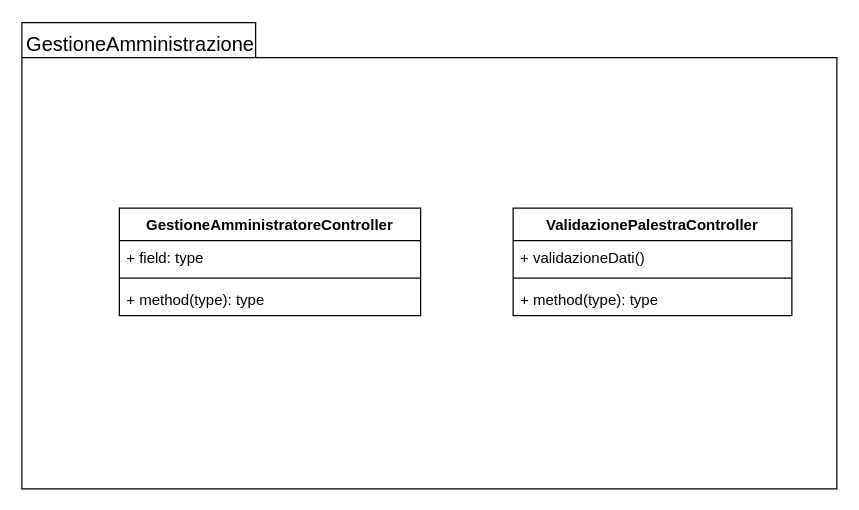
Above: Diagrammi_Package/GestioneAmministratore.drawio in JosephBoom02/Progetto_Ingegneria_del_Software (draw.io), before the change. Source tidied: cells renumbered, new cells numbered last; positions are measured from the earlier drawing's top-left corner, leaving out a move shared by most shapes. Both pictures are drawn from the tidied source at 125%, with x=0, y=0 at pixel (21, 22).
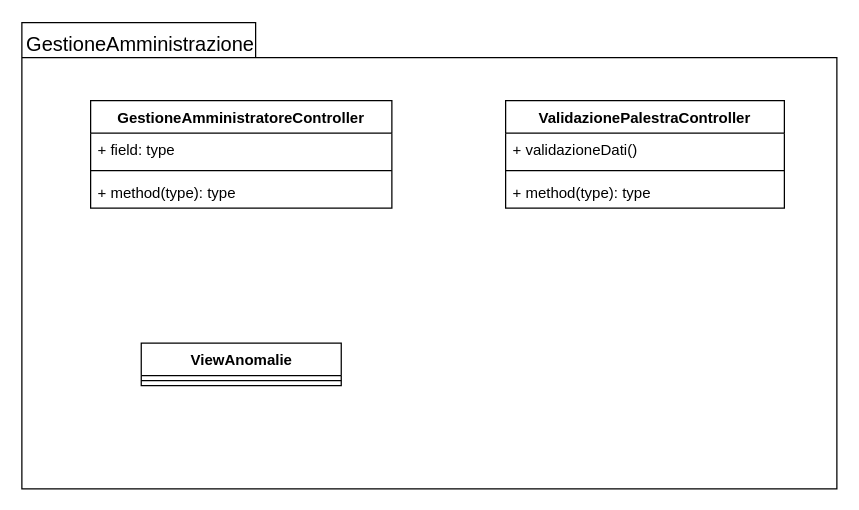
Above is the later version.

Diff of the diagram source:
```diff
@@
 <mxGraphModel>
   <root>
     <mxCell id="0" />
     <mxCell id="1" parent="0" />
     <mxCell id="2" style="shape=folder;fontStyle=1;spacingTop=10;tabWidth=187;tabHeight=28;tabPosition=left;html=1;whiteSpace=wrap;" parent="1" vertex="1">
       <mxGeometry y="-0.5" width="652" height="373" as="geometry" />
     </mxCell>
     <mxCell id="3" value="GestioneAmministratoreController" style="swimlane;fontStyle=1;align=center;verticalAlign=top;horizontal=1;startSize=26;whiteSpace=wrap;html=1;" parent="1" vertex="1">
-      <mxGeometry x="78" y="148" width="241" height="86" as="geometry" />
+      <mxGeometry x="55" y="62" width="241" height="86" as="geometry" />
     </mxCell>
     <mxCell id="4" value="+ field: type" style="text;strokeColor=none;fillColor=none;align=left;verticalAlign=top;spacingLeft=4;spacingRight=4;overflow=hidden;whiteSpace=wrap;html=1;" parent="3" vertex="1">
       <mxGeometry y="26" width="241" height="26" as="geometry" />
     </mxCell>
     <mxCell id="5" style="line;strokeWidth=1;fillColor=none;align=left;verticalAlign=middle;spacingTop=-1;spacingLeft=3;spacingRight=3;labelPosition=right;strokeColor=inherit;" parent="3" vertex="1">
       <mxGeometry y="52" width="241" height="8" as="geometry" />
     </mxCell>
     <mxCell id="6" value="+ method(type): type" style="text;strokeColor=none;fillColor=none;align=left;verticalAlign=top;spacingLeft=4;spacingRight=4;overflow=hidden;whiteSpace=wrap;html=1;" parent="3" vertex="1">
       <mxGeometry y="60" width="241" height="26" as="geometry" />
     </mxCell>
     <mxCell id="7" value="ValidazionePalestraController" style="swimlane;fontStyle=1;align=center;verticalAlign=top;horizontal=1;startSize=26;whiteSpace=wrap;html=1;" parent="1" vertex="1">
-      <mxGeometry x="393" y="148" width="223" height="86" as="geometry" />
+      <mxGeometry x="387" y="62" width="223" height="86" as="geometry" />
     </mxCell>
     <mxCell id="8" value="+ validazioneDati()" style="text;strokeColor=none;fillColor=none;align=left;verticalAlign=top;spacingLeft=4;spacingRight=4;overflow=hidden;whiteSpace=wrap;html=1;" parent="7" vertex="1">
       <mxGeometry y="26" width="223" height="26" as="geometry" />
     </mxCell>
     <mxCell id="9" style="line;strokeWidth=1;fillColor=none;align=left;verticalAlign=middle;spacingTop=-1;spacingLeft=3;spacingRight=3;labelPosition=right;strokeColor=inherit;" parent="7" vertex="1">
       <mxGeometry y="52" width="223" height="8" as="geometry" />
     </mxCell>
     <mxCell id="10" value="+ method(type): type" style="text;strokeColor=none;fillColor=none;align=left;verticalAlign=top;spacingLeft=4;spacingRight=4;overflow=hidden;whiteSpace=wrap;html=1;" parent="7" vertex="1">
       <mxGeometry y="60" width="223" height="26" as="geometry" />
     </mxCell>
     <mxCell id="11" value="GestioneAmministrazione" style="text;strokeColor=none;fillColor=none;html=1;align=center;verticalAlign=middle;whiteSpace=wrap;rounded=0;fontSize=16;" parent="1" vertex="1">
       <mxGeometry x="65" y="2" width="60" height="30" as="geometry" />
     </mxCell>
+    <mxCell id="12" value="ViewAnomalie" style="swimlane;fontStyle=1;align=center;verticalAlign=top;horizontal=1;startSize=26;whiteSpace=wrap;html=1;" parent="1" vertex="1">
+      <mxGeometry x="95.5" y="256" width="160" height="34" as="geometry" />
+    </mxCell>
+    <mxCell id="13" style="line;strokeWidth=1;fillColor=none;align=left;verticalAlign=middle;spacingTop=-1;spacingLeft=3;spacingRight=3;labelPosition=right;strokeColor=inherit;" parent="12" vertex="1">
+      <mxGeometry y="26" width="160" height="8" as="geometry" />
+    </mxCell>
   </root>
 </mxGraphModel>
```
